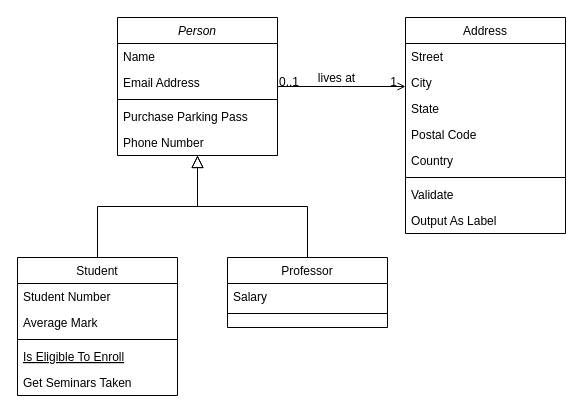
drewdezco/Wordle keeps this draw.io diagram as Wordle++ UML Diagram.drawio. Above is the earlier version. Source tidied: cells renumbered, new cells numbered last; positions are measured from the earlier drawing's top-left corner, leaving out a move shared by most shapes. Both pictures are drawn from the tidied source at 100%, with x=0, y=0 at pixel (17, 17).
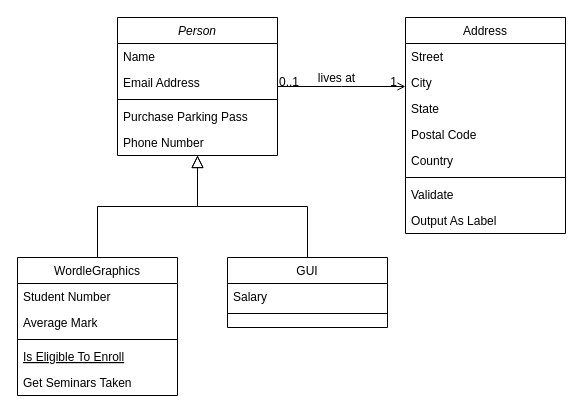
After the change.

What changed in the source:
```diff
@@
-    <mxCell id="8" value="Student" style="swimlane;fontStyle=0;align=center;verticalAlign=top;horizontal=1;startSize=26;rounded=0;shadow=0;strokeWidth=1;" parent="1" vertex="1">
+    <mxCell id="8" value="WordleGraphics" style="swimlane;fontStyle=0;align=center;verticalAlign=top;horizontal=1;startSize=26;rounded=0;shadow=0;strokeWidth=1;" parent="1" vertex="1">
       <mxGeometry y="240" width="160" height="138" as="geometry" />
     </mxCell>
@@
-    <mxCell id="15" value="Professor" style="swimlane;fontStyle=0;align=center;verticalAlign=top;horizontal=1;startSize=26;rounded=0;shadow=0;strokeWidth=1;" parent="1" vertex="1">
+    <mxCell id="15" value="GUI" style="swimlane;fontStyle=0;align=center;verticalAlign=top;horizontal=1;startSize=26;rounded=0;shadow=0;strokeWidth=1;" parent="1" vertex="1">
       <mxGeometry x="210" y="240" width="160" height="70" as="geometry" />
     </mxCell>
```
